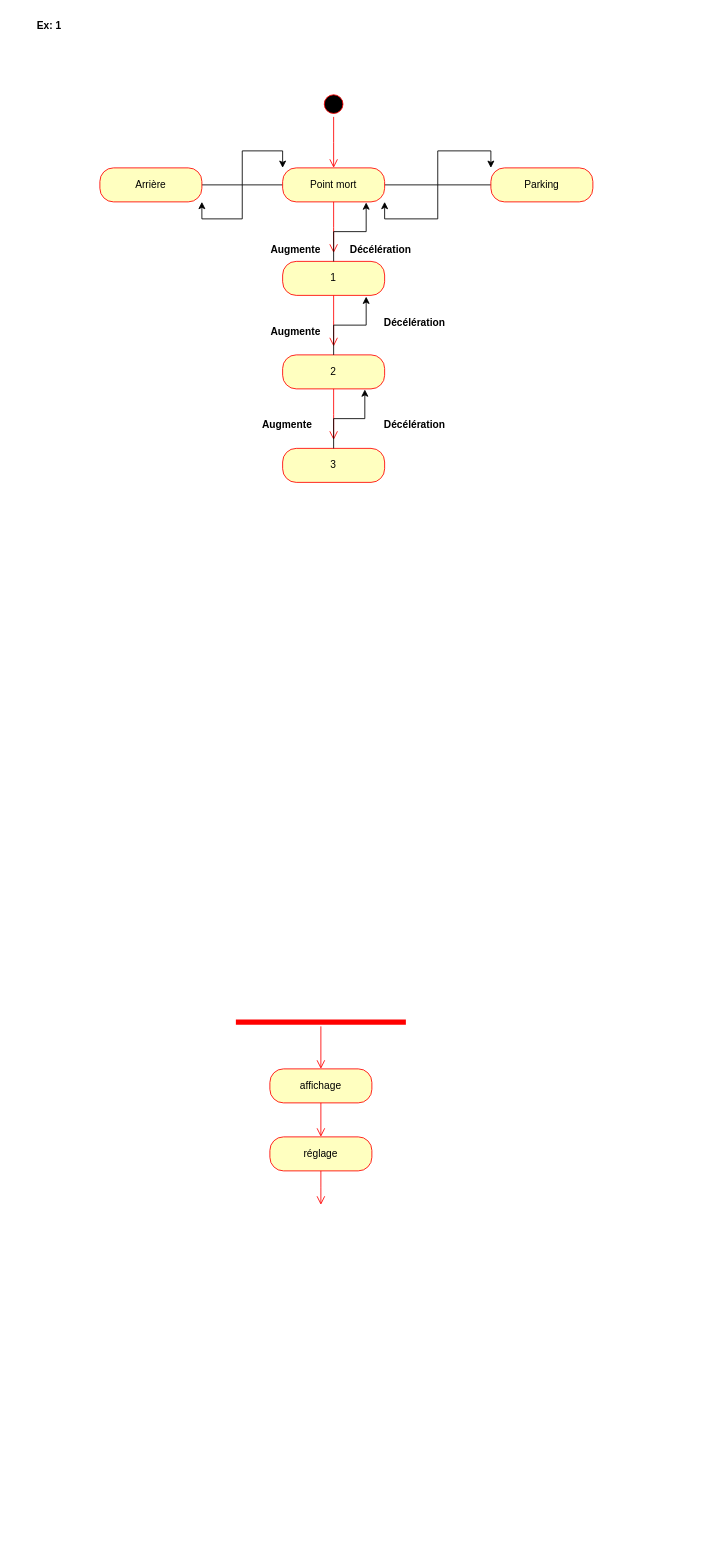
Caporal6/Dump_Genie keeps this draw.io diagram as Génie_SF7.drawio. Above is the earlier version. Source tidied: cells renumbered, new cells numbered last; positions are measured from the earlier drawing's top-left corner, leaving out a move shared by most shapes. Both pictures are drawn from the tidied source at 85%, with x=0, y=0 at pixel (14, 14).
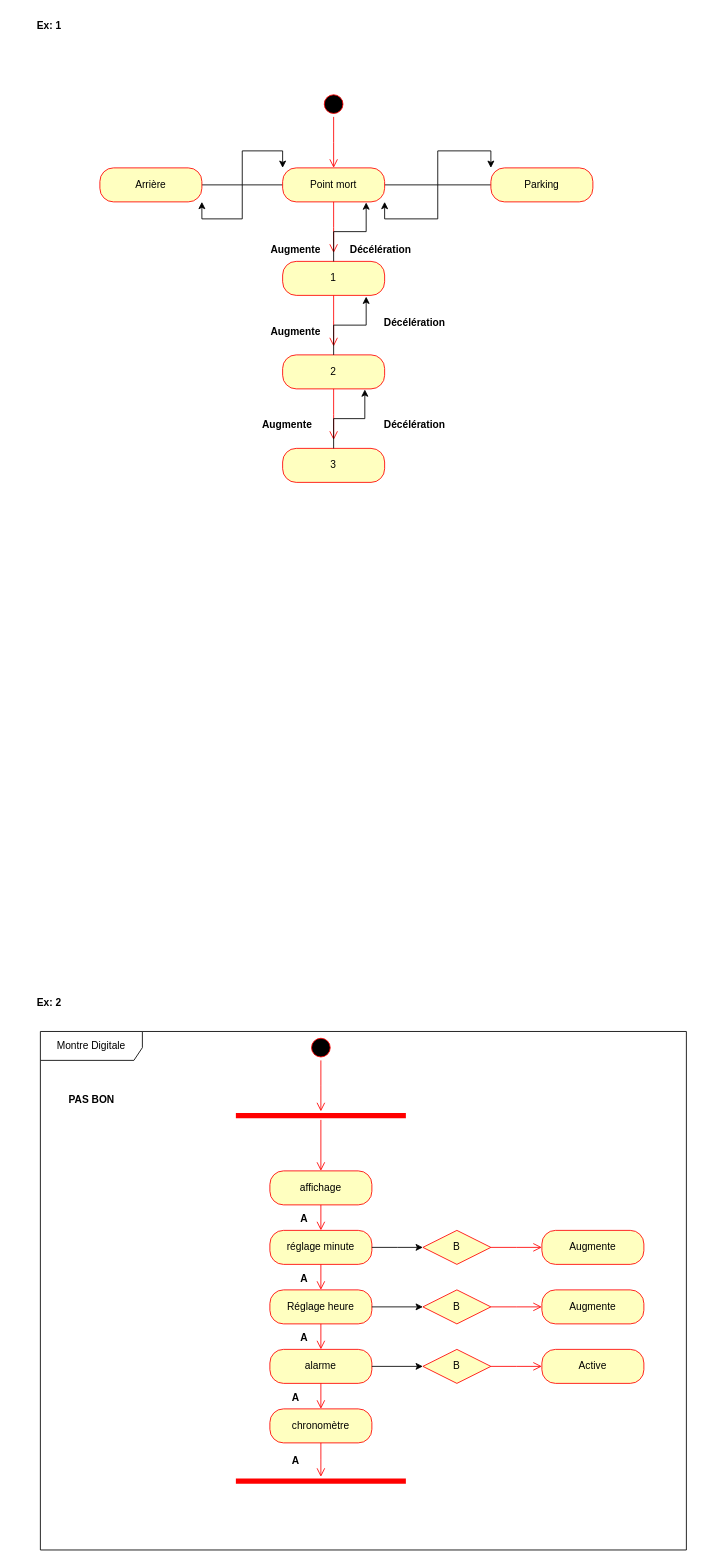
Above is the later version.

Commit message (it also covers changes not shown here):
Mettre à jour Génie_SF7.drawio

What changed in the source:
```diff
@@
     <mxCell id="12" style="shape=line;html=1;strokeWidth=6;strokeColor=#ff0000;" parent="1" vertex="1">
-      <mxGeometry x="260" y="1180" width="200" height="10" as="geometry" />
+      <mxGeometry x="260" y="1290" width="200" height="10" as="geometry" />
     </mxCell>
@@
     <mxCell id="14" value="affichage" style="rounded=1;whiteSpace=wrap;html=1;arcSize=40;fontColor=#000000;fillColor=#ffffc0;strokeColor=#ff0000;" parent="1" vertex="1">
-      <mxGeometry x="300" y="1240" width="120" height="40" as="geometry" />
+      <mxGeometry x="300" y="1360" width="120" height="40" as="geometry" />
     </mxCell>
@@
-    <mxCell id="16" value="réglage" style="rounded=1;whiteSpace=wrap;html=1;arcSize=40;fontColor=#000000;fillColor=#ffffc0;strokeColor=#ff0000;" parent="1" vertex="1">
-      <mxGeometry x="300" y="1320" width="120" height="40" as="geometry" />
+    <mxCell id="16" value="réglage minute" style="rounded=1;whiteSpace=wrap;html=1;arcSize=40;fontColor=#000000;fillColor=#ffffc0;strokeColor=#ff0000;" parent="1" vertex="1">
+      <mxGeometry x="300" y="1430" width="120" height="40" as="geometry" />
     </mxCell>
-    <mxCell id="17" style="edgeStyle=orthogonalEdgeStyle;html=1;verticalAlign=bottom;endArrow=open;endSize=8;strokeColor=#ff0000;rounded=0;" parent="1" edge="1" source="16">
-      <mxGeometry relative="1" as="geometry">
-        <mxPoint x="360" y="1400" as="targetPoint" />
-      </mxGeometry>
+    <mxCell id="17" style="edgeStyle=orthogonalEdgeStyle;html=1;verticalAlign=bottom;endArrow=open;endSize=8;strokeColor=#ff0000;rounded=0;entryX=0.5;entryY=0;entryDx=0;entryDy=0;" parent="1" edge="1" source="16" target="40">
+      <mxGeometry relative="1" as="geometry" />
     </mxCell>
@@
+    <mxCell id="33" style="ellipse;html=1;shape=startState;fillColor=#000000;strokeColor=#ff0000;" parent="1" vertex="1">
+      <mxGeometry x="345" y="1200" width="30" height="30" as="geometry" />
+    </mxCell>
+    <mxCell id="34" style="edgeStyle=orthogonalEdgeStyle;html=1;verticalAlign=bottom;endArrow=open;endSize=8;strokeColor=#ff0000;rounded=0;" parent="1" edge="1" source="33">
+      <mxGeometry relative="1" as="geometry">
+        <mxPoint x="360" y="1290" as="targetPoint" />
+      </mxGeometry>
+    </mxCell>
+    <mxCell id="35" value="alarme" style="rounded=1;whiteSpace=wrap;html=1;arcSize=40;fontColor=#000000;fillColor=#ffffc0;strokeColor=#ff0000;" parent="1" vertex="1">
+      <mxGeometry x="300" y="1570" width="120" height="40" as="geometry" />
+    </mxCell>
+    <mxCell id="36" style="edgeStyle=orthogonalEdgeStyle;html=1;verticalAlign=bottom;endArrow=open;endSize=8;strokeColor=#ff0000;rounded=0;" parent="1" edge="1" source="35" target="37">
+      <mxGeometry relative="1" as="geometry" />
+    </mxCell>
+    <mxCell id="37" value="chronomètre" style="rounded=1;whiteSpace=wrap;html=1;arcSize=40;fontColor=#000000;fillColor=#ffffc0;strokeColor=#ff0000;" parent="1" vertex="1">
+      <mxGeometry x="300" y="1640" width="120" height="40" as="geometry" />
+    </mxCell>
+    <mxCell id="38" style="edgeStyle=orthogonalEdgeStyle;html=1;verticalAlign=bottom;endArrow=open;endSize=8;strokeColor=#ff0000;rounded=0;" parent="1" edge="1" source="37">
+      <mxGeometry relative="1" as="geometry">
+        <mxPoint x="360" y="1720" as="targetPoint" />
+      </mxGeometry>
+    </mxCell>
+    <mxCell id="39" style="shape=line;html=1;strokeWidth=6;strokeColor=#ff0000;" parent="1" vertex="1">
+      <mxGeometry x="260" y="1720" width="200" height="10" as="geometry" />
+    </mxCell>
+    <mxCell id="40" value="Réglage heure" style="rounded=1;whiteSpace=wrap;html=1;arcSize=40;fontColor=#000000;fillColor=#ffffc0;strokeColor=#ff0000;" parent="1" vertex="1">
+      <mxGeometry x="300" y="1500" width="120" height="40" as="geometry" />
+    </mxCell>
+    <mxCell id="41" style="edgeStyle=orthogonalEdgeStyle;html=1;verticalAlign=bottom;endArrow=open;endSize=8;strokeColor=#ff0000;rounded=0;entryX=0.5;entryY=0;entryDx=0;entryDy=0;" parent="1" edge="1" source="40" target="35">
+      <mxGeometry relative="1" as="geometry" />
+    </mxCell>
+    <mxCell id="42" value="B" style="rhombus;whiteSpace=wrap;html=1;fontColor=#000000;fillColor=#ffffc0;strokeColor=#ff0000;" parent="1" vertex="1">
+      <mxGeometry x="480" y="1430" width="80" height="40" as="geometry" />
+    </mxCell>
+    <mxCell id="43" style="edgeStyle=orthogonalEdgeStyle;html=1;align=left;verticalAlign=bottom;endArrow=open;endSize=8;strokeColor=#ff0000;rounded=0;" parent="1" edge="1" source="42">
+      <mxGeometry x="-0.6" y="30" relative="1" as="geometry">
+        <mxPoint x="620" y="1450" as="targetPoint" />
+      </mxGeometry>
+    </mxCell>
+    <mxCell id="44" style="edgeStyle=orthogonalEdgeStyle;rounded=0;jettySize=auto;html=1;" parent="1" edge="1" source="16">
+      <mxGeometry relative="1" as="geometry">
+        <mxPoint x="480" y="1450" as="targetPoint" />
+      </mxGeometry>
+    </mxCell>
+    <mxCell id="45" value="Augmente" style="rounded=1;whiteSpace=wrap;html=1;arcSize=40;fontColor=#000000;fillColor=#ffffc0;strokeColor=#ff0000;" parent="1" vertex="1">
+      <mxGeometry x="620" y="1430" width="120" height="40" as="geometry" />
+    </mxCell>
+    <mxCell id="46" value="B" style="rhombus;whiteSpace=wrap;html=1;fontColor=#000000;fillColor=#ffffc0;strokeColor=#ff0000;" parent="1" vertex="1">
+      <mxGeometry x="480" y="1500" width="80" height="40" as="geometry" />
+    </mxCell>
+    <mxCell id="47" style="edgeStyle=orthogonalEdgeStyle;html=1;align=left;verticalAlign=bottom;endArrow=open;endSize=8;strokeColor=#ff0000;rounded=0;" parent="1" edge="1" source="46">
+      <mxGeometry x="-0.6" y="30" relative="1" as="geometry">
+        <mxPoint x="620" y="1520" as="targetPoint" />
+      </mxGeometry>
+    </mxCell>
+    <mxCell id="48" style="edgeStyle=orthogonalEdgeStyle;rounded=0;orthogonalLoop=1;jettySize=auto;html=1;" parent="1" edge="1">
+      <mxGeometry relative="1" as="geometry">
+        <mxPoint x="420" y="1520" as="sourcePoint" />
+        <mxPoint x="480" y="1520" as="targetPoint" />
+      </mxGeometry>
+    </mxCell>
+    <mxCell id="49" value="Augmente" style="rounded=1;whiteSpace=wrap;html=1;arcSize=40;fontColor=#000000;fillColor=#ffffc0;strokeColor=#ff0000;" parent="1" vertex="1">
+      <mxGeometry x="620" y="1500" width="120" height="40" as="geometry" />
+    </mxCell>
+    <mxCell id="50" value="A" style="text;align=center;fontStyle=1;verticalAlign=middle;spacingLeft=3;spacingRight=3;strokeColor=none;html=1;" parent="1" vertex="1">
+      <mxGeometry x="300" y="1474" width="80" height="26" as="geometry" />
+    </mxCell>
+    <mxCell id="51" value="A" style="text;align=center;fontStyle=1;verticalAlign=middle;spacingLeft=3;spacingRight=3;strokeColor=none;html=1;" parent="1" vertex="1">
+      <mxGeometry x="300" y="1404" width="80" height="26" as="geometry" />
+    </mxCell>
+    <mxCell id="52" value="A" style="text;align=center;fontStyle=1;verticalAlign=middle;spacingLeft=3;spacingRight=3;strokeColor=none;html=1;" parent="1" vertex="1">
+      <mxGeometry x="300" y="1544" width="80" height="26" as="geometry" />
+    </mxCell>
+    <mxCell id="53" value="A" style="text;align=center;fontStyle=1;verticalAlign=middle;spacingLeft=3;spacingRight=3;strokeColor=none;html=1;" parent="1" vertex="1">
+      <mxGeometry x="290" y="1614" width="80" height="26" as="geometry" />
+    </mxCell>
+    <mxCell id="54" value="A" style="text;align=center;fontStyle=1;verticalAlign=middle;spacingLeft=3;spacingRight=3;strokeColor=none;html=1;" parent="1" vertex="1">
+      <mxGeometry x="290" y="1687.5" width="80" height="26" as="geometry" />
+    </mxCell>
+    <mxCell id="55" value="B" style="rhombus;whiteSpace=wrap;html=1;fontColor=#000000;fillColor=#ffffc0;strokeColor=#ff0000;" parent="1" vertex="1">
+      <mxGeometry x="480" y="1570" width="80" height="40" as="geometry" />
+    </mxCell>
+    <mxCell id="56" style="edgeStyle=orthogonalEdgeStyle;html=1;align=left;verticalAlign=bottom;endArrow=open;endSize=8;strokeColor=#ff0000;rounded=0;" parent="1" edge="1" source="55">
+      <mxGeometry x="-0.6" y="30" relative="1" as="geometry">
+        <mxPoint x="620" y="1590" as="targetPoint" />
+      </mxGeometry>
+    </mxCell>
+    <mxCell id="57" style="edgeStyle=orthogonalEdgeStyle;rounded=0;orthogonalLoop=1;jettySize=auto;html=1;" parent="1" edge="1">
+      <mxGeometry relative="1" as="geometry">
+        <mxPoint x="420" y="1590" as="sourcePoint" />
+        <mxPoint x="480" y="1590" as="targetPoint" />
+      </mxGeometry>
+    </mxCell>
+    <mxCell id="58" value="Active" style="rounded=1;whiteSpace=wrap;html=1;arcSize=40;fontColor=#000000;fillColor=#ffffc0;strokeColor=#ff0000;" parent="1" vertex="1">
+      <mxGeometry x="620" y="1570" width="120" height="40" as="geometry" />
+    </mxCell>
+    <mxCell id="59" value="Ex: 2" style="text;align=center;fontStyle=1;verticalAlign=middle;spacingLeft=3;spacingRight=3;strokeColor=none;html=1;" parent="1" vertex="1">
+      <mxGeometry y="1150" width="80" height="26" as="geometry" />
+    </mxCell>
+    <mxCell id="60" value="Montre Digitale" style="shape=umlFrame;whiteSpace=wrap;html=1;width=120;height=34;" parent="1" vertex="1">
+      <mxGeometry x="30" y="1196" width="760" height="610" as="geometry" />
+    </mxCell>
+    <mxCell id="61" value="PAS BON" style="text;align=center;fontStyle=1;verticalAlign=middle;spacingLeft=3;spacingRight=3;strokeColor=none;html=1;" parent="1" vertex="1">
+      <mxGeometry x="50" y="1264" width="80" height="26" as="geometry" />
+    </mxCell>
```
